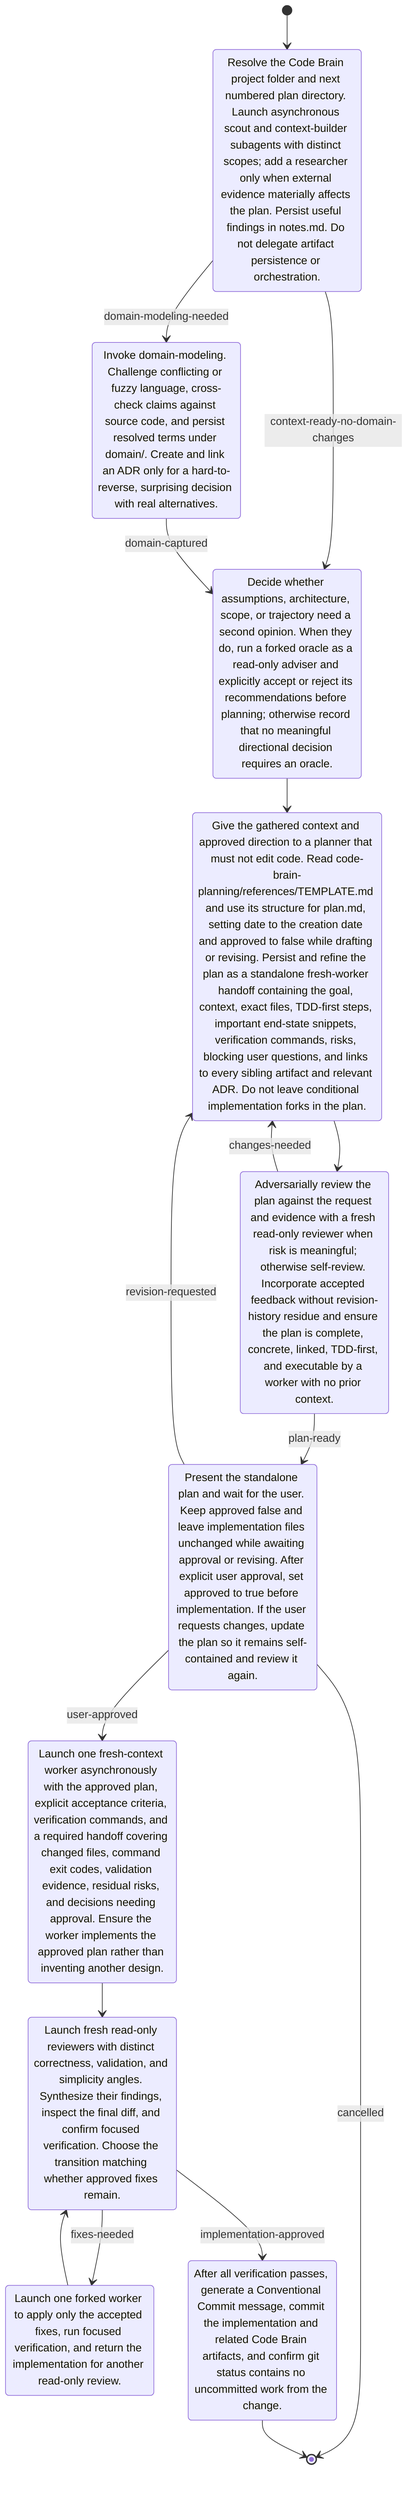
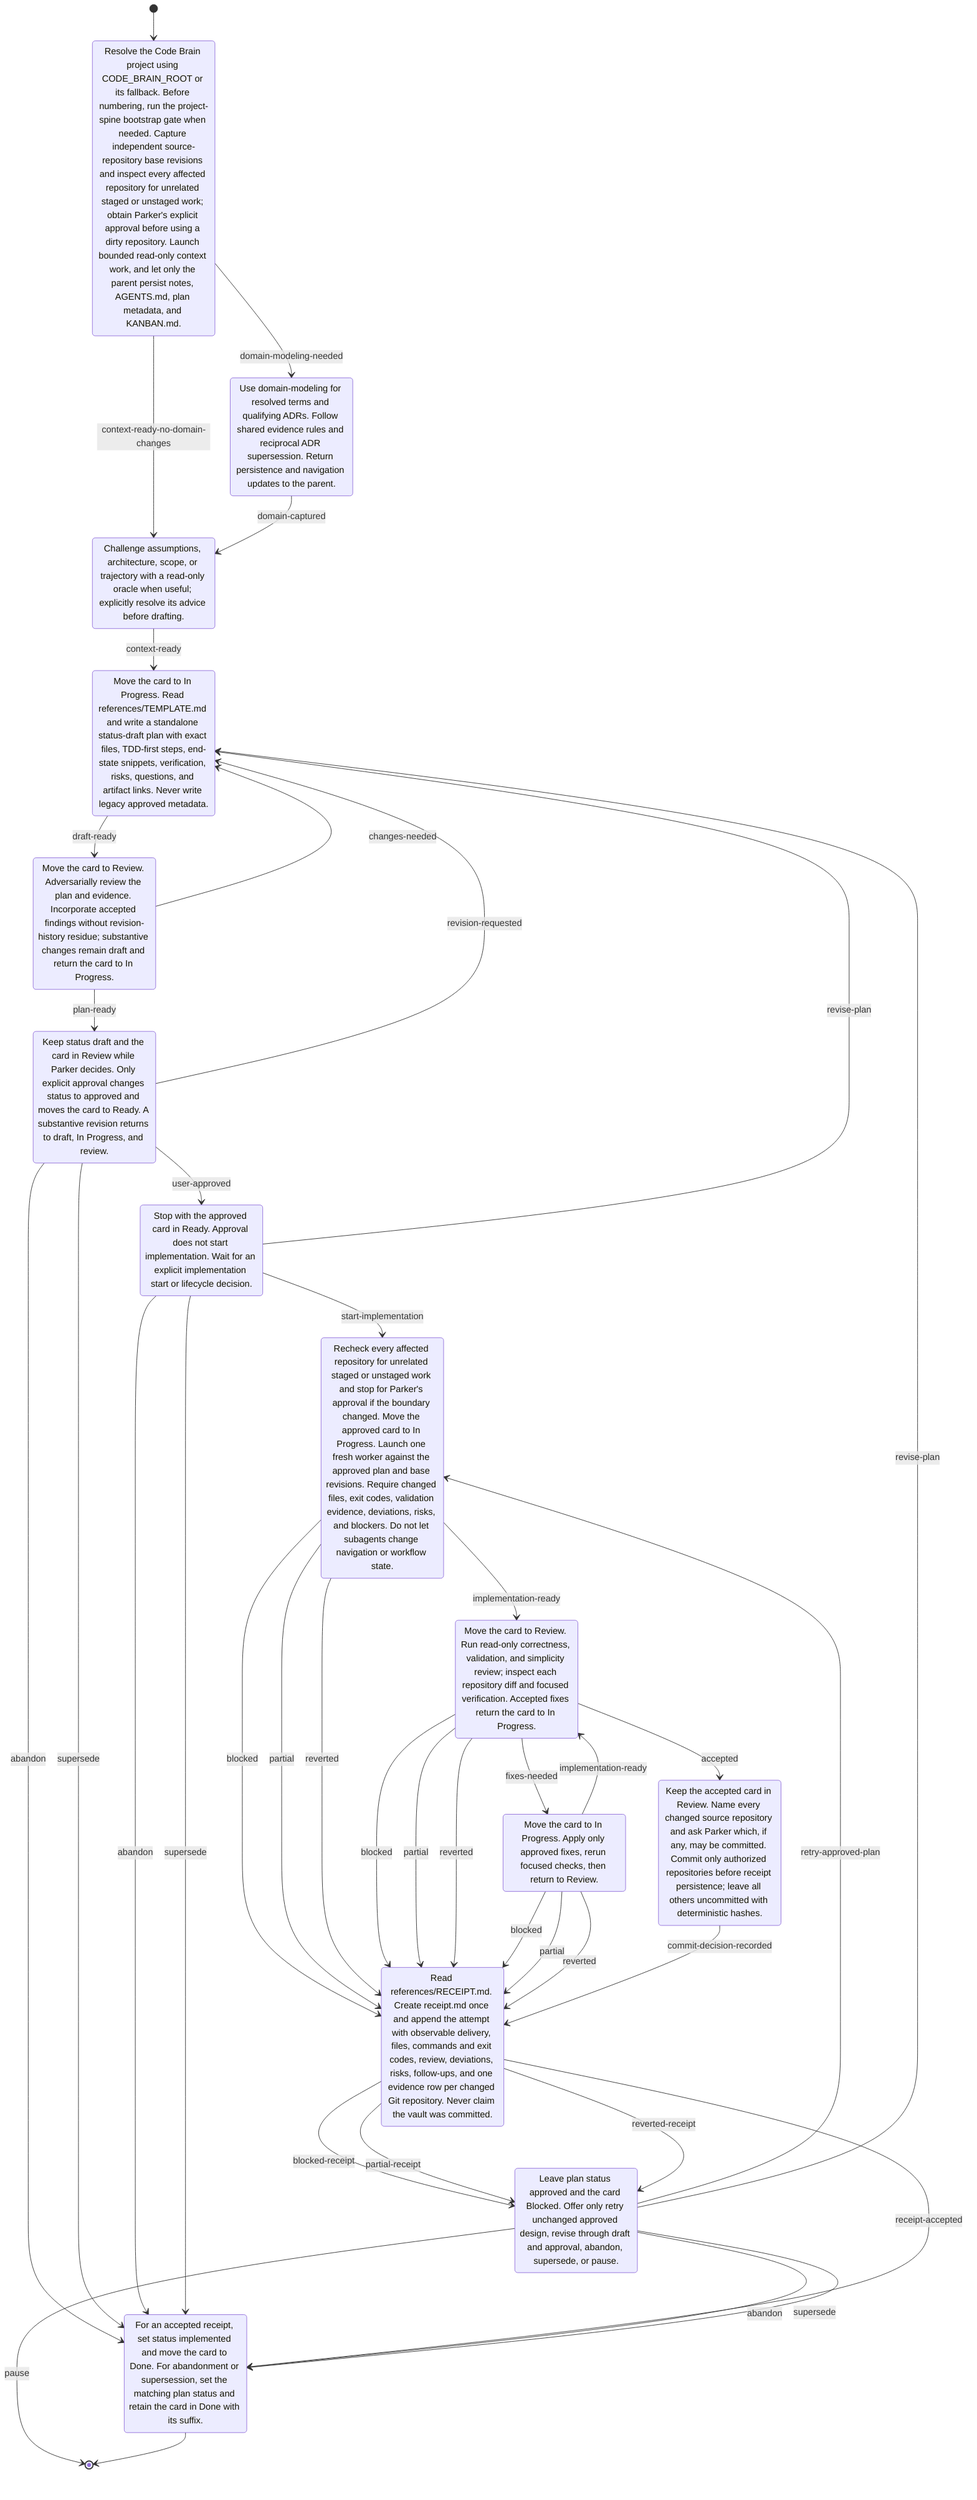
stateDiagram-v2
  [*] --> build_context

-   state "Resolve the Code Brain project folder and next numbered plan directory. Launch asynchronous scout and context-builder subagents with distinct scopes; add a researcher only when external evidence materially affects the plan. Persist useful findings in notes.md. Do not delegate artifact persistence or orchestration." as build_context
+   state "Resolve the Code Brain project using CODE_BRAIN_ROOT or its fallback. Before numbering, run the project-spine bootstrap gate when needed. Capture independent source-repository base revisions and inspect every affected repository for unrelated staged or unstaged work; obtain Parker's explicit approval before using a dirty repository. Launch bounded read-only context work, and let only the parent persist notes, AGENTS.md, plan metadata, and KANBAN.md." as build_context
  build_context --> capture_domain: domain-modeling-needed
  build_context --> challenge_direction: context-ready-no-domain-changes

-   state "Invoke domain-modeling. Challenge conflicting or fuzzy language, cross-check claims against source code, and persist resolved terms under domain/. Create and link an ADR only for a hard-to-reverse, surprising decision with real alternatives." as capture_domain
+   state "Use domain-modeling for resolved terms and qualifying ADRs. Follow shared evidence rules and reciprocal ADR supersession. Return persistence and navigation updates to the parent." as capture_domain
  capture_domain --> challenge_direction: domain-captured

-   state "Decide whether assumptions, architecture, scope, or trajectory need a second opinion. When they do, run a forked oracle as a read-only adviser and explicitly accept or reject its recommendations before planning; otherwise record that no meaningful directional decision requires an oracle." as challenge_direction
-   challenge_direction --> draft_plan
+   state "Challenge assumptions, architecture, scope, or trajectory with a read-only oracle when useful; explicitly resolve its advice before drafting." as challenge_direction
+   challenge_direction --> draft_plan: context-ready

-   state "Give the gathered context and approved direction to a planner that must not edit code. Read code-brain-planning/references/TEMPLATE.md and use its structure for plan.md, setting date to the creation date and approved to false while drafting or revising. Persist and refine the plan as a standalone fresh-worker handoff containing the goal, context, exact files, TDD-first steps, important end-state snippets, verification commands, risks, blocking user questions, and links to every sibling artifact and relevant ADR. Do not leave conditional implementation forks in the plan." as draft_plan
-   draft_plan --> review_plan
+   state "Move the card to In Progress. Read references/TEMPLATE.md and write a standalone status-draft plan with exact files, TDD-first steps, end-state snippets, verification, risks, questions, and artifact links. Never write legacy approved metadata." as draft_plan
+   draft_plan --> review_plan: draft-ready

-   state "Adversarially review the plan against the request and evidence with a fresh read-only reviewer when risk is meaningful; otherwise self-review. Incorporate accepted feedback without revision-history residue and ensure the plan is complete, concrete, linked, TDD-first, and executable by a worker with no prior context." as review_plan
+   state "Move the card to Review. Adversarially review the plan and evidence. Incorporate accepted findings without revision-history residue; substantive changes remain draft and return the card to In Progress." as review_plan
+   review_plan --> draft_plan: changes-needed
  review_plan --> approval_gate: plan-ready
-   review_plan --> draft_plan: changes-needed

-   state "Present the standalone plan and wait for the user. Keep approved false and leave implementation files unchanged while awaiting approval or revising. After explicit user approval, set approved to true before implementation. If the user requests changes, update the plan so it remains self-contained and review it again." as approval_gate
-   approval_gate --> implement: user-approved
+   state "Keep status draft and the card in Review while Parker decides. Only explicit approval changes status to approved and moves the card to Ready. A substantive revision returns to draft, In Progress, and review." as approval_gate
+   approval_gate --> approved_ready: user-approved
  approval_gate --> draft_plan: revision-requested
-   approval_gate --> [*]: cancelled
+   approval_gate --> done: abandon
+   approval_gate --> done: supersede

-   state "Launch one fresh-context worker asynchronously with the approved plan, explicit acceptance criteria, verification commands, and a required handoff covering changed files, command exit codes, validation evidence, residual risks, and decisions needing approval. Ensure the worker implements the approved plan rather than inventing another design." as implement
-   implement --> review_implementation
+   state "Stop with the approved card in Ready. Approval does not start implementation. Wait for an explicit implementation start or lifecycle decision." as approved_ready
+   approved_ready --> implement: start-implementation
+   approved_ready --> draft_plan: revise-plan
+   approved_ready --> done: abandon
+   approved_ready --> done: supersede

-   state "Launch fresh read-only reviewers with distinct correctness, validation, and simplicity angles. Synthesize their findings, inspect the final diff, and confirm focused verification. Choose the transition matching whether approved fixes remain." as review_implementation
+   state "Recheck every affected repository for unrelated staged or unstaged work and stop for Parker's approval if the boundary changed. Move the approved card to In Progress. Launch one fresh worker against the approved plan and base revisions. Require changed files, exit codes, validation evidence, deviations, risks, and blockers. Do not let subagents change navigation or workflow state." as implement
+   implement --> review_implementation: implementation-ready
+   implement --> persist_receipt: blocked
+   implement --> persist_receipt: partial
+   implement --> persist_receipt: reverted
+ 
+   state "Move the card to Review. Run read-only correctness, validation, and simplicity review; inspect each repository diff and focused verification. Accepted fixes return the card to In Progress." as review_implementation
  review_implementation --> apply_fixes: fixes-needed
-   review_implementation --> commit: implementation-approved
+   review_implementation --> commit_decision: accepted
+   review_implementation --> persist_receipt: blocked
+   review_implementation --> persist_receipt: partial
+   review_implementation --> persist_receipt: reverted

-   state "Launch one forked worker to apply only the accepted fixes, run focused verification, and return the implementation for another read-only review." as apply_fixes
-   apply_fixes --> review_implementation
+   state "Move the card to In Progress. Apply only approved fixes, rerun focused checks, then return to Review." as apply_fixes
+   apply_fixes --> review_implementation: implementation-ready
+   apply_fixes --> persist_receipt: blocked
+   apply_fixes --> persist_receipt: partial
+   apply_fixes --> persist_receipt: reverted

-   state "After all verification passes, generate a Conventional Commit message, commit the implementation and related Code Brain artifacts, and confirm git status contains no uncommitted work from the change." as commit
-   commit --> [*]
+   state "Keep the accepted card in Review. Name every changed source repository and ask Parker which, if any, may be committed. Commit only authorized repositories before receipt persistence; leave all others uncommitted with deterministic hashes." as commit_decision
+   commit_decision --> persist_receipt: commit-decision-recorded
+ 
+   state "Read references/RECEIPT.md. Create receipt.md once and append the attempt with observable delivery, files, commands and exit codes, review, deviations, risks, follow-ups, and one evidence row per changed Git repository. Never claim the vault was committed." as persist_receipt
+   persist_receipt --> done: receipt-accepted
+   persist_receipt --> await_recovery: blocked-receipt
+   persist_receipt --> await_recovery: partial-receipt
+   persist_receipt --> await_recovery: reverted-receipt
+ 
+   state "Leave plan status approved and the card Blocked. Offer only retry unchanged approved design, revise through draft and approval, abandon, supersede, or pause." as await_recovery
+   await_recovery --> implement: retry-approved-plan
+   await_recovery --> draft_plan: revise-plan
+   await_recovery --> done: abandon
+   await_recovery --> done: supersede
+   await_recovery --> [*]: pause
+ 
+   state "For an accepted receipt, set status implemented and move the card to Done. For abandonment or supersession, set the matching plan status and retain the card in Done with its suffix." as done
+   done --> [*]
